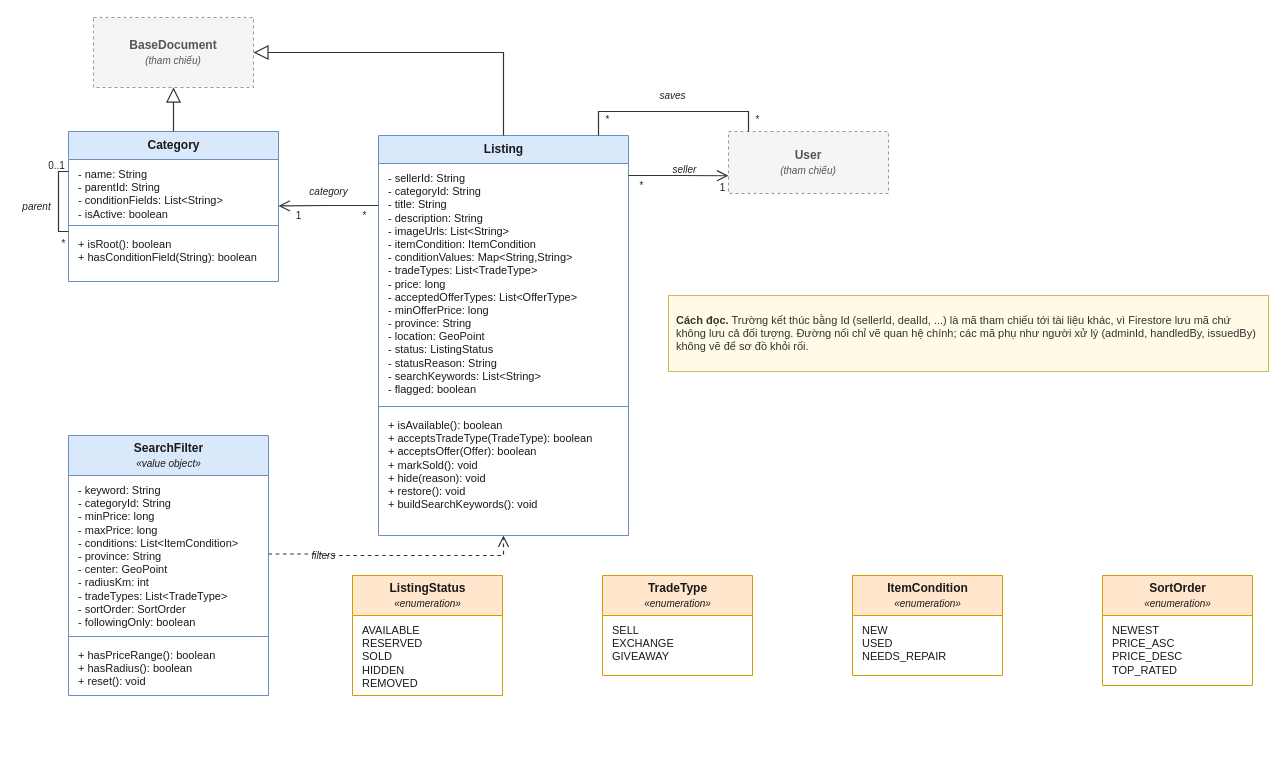
The draw.io diagram page "2. Tin đăng, tìm kiếm" (3 of 8) of workflow/docs/diagrams/so-do-lop/class-diagram.drawio in tahpnart8/NHOM3-MobileApp, before the edit. Source tidied: cells renumbered, new cells numbered last; positions are measured from the earlier drawing's top-left corner, leaving out a move shared by most shapes. Both pictures are drawn from the tidied source at 100%, with x=0, y=0 at pixel (17, 17).
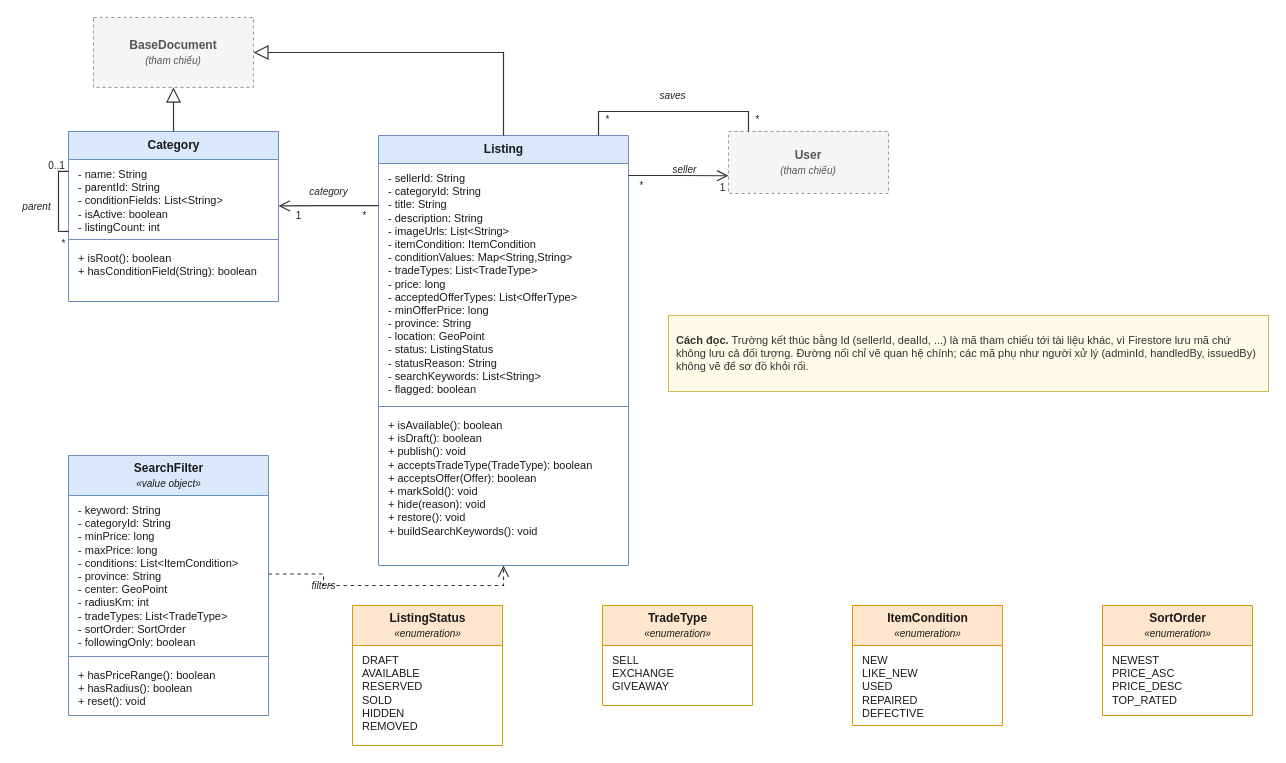
After the change.

Unchanged cells that the change refers to:
```xml
<mxCell id="11" value="&lt;b&gt;User&lt;/b&gt;&lt;br&gt;&lt;i style=&quot;font-size:10px&quot;&gt;(tham chiếu)&lt;/i&gt;" style="rounded=0;whiteSpace=wrap;html=1;fillColor=#F5F5F5;strokeColor=#999999;dashed=1;fontColor=#555555;fontSize=12;fontFamily=Helvetica;" parent="1" vertex="1">
  <mxGeometry x="711" y="114" width="160" height="62" as="geometry" />
</mxCell>
```

Diff of the diagram source:
```diff
@@
     <mxCell id="3" value="&lt;b&gt;Category&lt;/b&gt;" style="swimlane;fontStyle=0;horizontal=1;startSize=28;fillColor=#DAE8FC;strokeColor=#6C8EBF;swimlaneFillColor=#FFFFFF;html=1;whiteSpace=nowrap;fontSize=12;fontFamily=Helvetica;fontColor=#1A1A1A;" parent="1" vertex="1">
-      <mxGeometry x="51" y="114" width="210" height="150" as="geometry" />
+      <mxGeometry x="51" y="114" width="210" height="170" as="geometry" />
     </mxCell>
-    <mxCell id="4" value="- name: String&lt;br&gt;- parentId: String&lt;br&gt;- conditionFields: List&amp;lt;String&amp;gt;&lt;br&gt;- isActive: boolean" style="text;strokeColor=none;fillColor=none;align=left;verticalAlign=top;spacingLeft=8;spacingRight=4;spacingTop=2;overflow=hidden;html=1;whiteSpace=nowrap;fontSize=11;fontFamily=Helvetica;fontColor=#1A1A1A;" parent="3" vertex="1">
-      <mxGeometry y="28" width="210" height="62" as="geometry" />
-    </mxCell>
-    <mxCell id="5" style="line;strokeWidth=1;fillColor=none;align=left;verticalAlign=middle;html=1;strokeColor=#6C8EBF;" parent="3" vertex="1">
-      <mxGeometry y="90" width="210" height="8" as="geometry" />
-    </mxCell>
-    <mxCell id="6" value="+ isRoot(): boolean&lt;br&gt;+ hasConditionField(String): boolean" style="text;strokeColor=none;fillColor=none;align=left;verticalAlign=top;spacingLeft=8;spacingRight=4;spacingTop=2;overflow=hidden;html=1;whiteSpace=nowrap;fontSize=11;fontFamily=Helvetica;fontColor=#1A1A1A;" parent="3" vertex="1">
-      <mxGeometry y="98" width="210" height="35" as="geometry" />
-    </mxCell>
     <mxCell id="7" value="&lt;b&gt;Listing&lt;/b&gt;" style="swimlane;fontStyle=0;horizontal=1;startSize=28;fillColor=#DAE8FC;strokeColor=#6C8EBF;swimlaneFillColor=#FFFFFF;html=1;whiteSpace=nowrap;fontSize=12;fontFamily=Helvetica;fontColor=#1A1A1A;" parent="1" vertex="1">
-      <mxGeometry x="361" y="118" width="250" height="400" as="geometry" />
+      <mxGeometry x="361" y="118" width="250" height="430" as="geometry" />
     </mxCell>
-    <mxCell id="8" value="- sellerId: String&lt;br&gt;- categoryId: String&lt;br&gt;- title: String&lt;br&gt;- description: String&lt;br&gt;- imageUrls: List&amp;lt;String&amp;gt;&lt;br&gt;- itemCondition: ItemCondition&lt;br&gt;- conditionValues: Map&amp;lt;String,String&amp;gt;&lt;br&gt;- tradeTypes: List&amp;lt;TradeType&amp;gt;&lt;br&gt;- price: long&lt;br&gt;- acceptedOfferTypes: List&amp;lt;OfferType&amp;gt;&lt;br&gt;- minOfferPrice: long&lt;br&gt;- province: String&lt;br&gt;- location: GeoPoint&lt;br&gt;- status: ListingStatus&lt;br&gt;- statusReason: String&lt;br&gt;- searchKeywords: List&amp;lt;String&amp;gt;&lt;br&gt;- flagged: boolean" style="text;strokeColor=none;fillColor=none;align=left;verticalAlign=top;spacingLeft=8;spacingRight=4;spacingTop=2;overflow=hidden;html=1;whiteSpace=nowrap;fontSize=11;fontFamily=Helvetica;fontColor=#1A1A1A;" parent="7" vertex="1">
-      <mxGeometry y="28" width="250" height="239" as="geometry" />
-    </mxCell>
-    <mxCell id="9" style="line;strokeWidth=1;fillColor=none;align=left;verticalAlign=middle;html=1;strokeColor=#6C8EBF;" parent="7" vertex="1">
-      <mxGeometry y="267" width="250" height="8" as="geometry" />
-    </mxCell>
-    <mxCell id="10" value="+ isAvailable(): boolean&lt;br&gt;+ acceptsTradeType(TradeType): boolean&lt;br&gt;+ acceptsOffer(Offer): boolean&lt;br&gt;+ markSold(): void&lt;br&gt;+ hide(reason): void&lt;br&gt;+ restore(): void&lt;br&gt;+ buildSearchKeywords(): void" style="text;strokeColor=none;fillColor=none;align=left;verticalAlign=top;spacingLeft=8;spacingRight=4;spacingTop=2;overflow=hidden;html=1;whiteSpace=nowrap;fontSize=11;fontFamily=Helvetica;fontColor=#1A1A1A;" parent="7" vertex="1">
-      <mxGeometry y="275" width="250" height="103" as="geometry" />
-    </mxCell>
@@
     <mxCell id="12" value="&lt;b&gt;SearchFilter&lt;/b&gt;&lt;br&gt;&lt;i style=&quot;font-size:10px&quot;&gt;«value object»&lt;/i&gt;" style="swimlane;fontStyle=0;horizontal=1;startSize=40;fillColor=#DAE8FC;strokeColor=#6C8EBF;swimlaneFillColor=#FFFFFF;html=1;whiteSpace=nowrap;fontSize=12;fontFamily=Helvetica;fontColor=#1A1A1A;" parent="1" vertex="1">
-      <mxGeometry x="51" y="418" width="200" height="260" as="geometry" />
+      <mxGeometry x="51" y="438" width="200" height="260" as="geometry" />
     </mxCell>
@@
     <mxCell id="16" value="&lt;b&gt;ListingStatus&lt;/b&gt;&lt;br&gt;&lt;i style=&quot;font-size:10px&quot;&gt;«enumeration»&lt;/i&gt;" style="swimlane;fontStyle=0;horizontal=1;startSize=40;fillColor=#FFE6CC;strokeColor=#D79B00;swimlaneFillColor=#FFFFFF;html=1;whiteSpace=nowrap;fontSize=12;fontFamily=Helvetica;fontColor=#1A1A1A;" parent="1" vertex="1">
-      <mxGeometry x="335" y="558" width="150" height="120" as="geometry" />
+      <mxGeometry x="335" y="588" width="150" height="140" as="geometry" />
     </mxCell>
-    <mxCell id="17" value="AVAILABLE&lt;br&gt;RESERVED&lt;br&gt;SOLD&lt;br&gt;HIDDEN&lt;br&gt;REMOVED" style="text;strokeColor=none;fillColor=none;align=left;verticalAlign=top;spacingLeft=8;spacingRight=4;spacingTop=2;overflow=hidden;html=1;whiteSpace=nowrap;fontSize=11;fontFamily=Helvetica;fontColor=#1A1A1A;" parent="16" vertex="1">
-      <mxGeometry y="40" width="150" height="76" as="geometry" />
-    </mxCell>
     <mxCell id="18" value="&lt;b&gt;TradeType&lt;/b&gt;&lt;br&gt;&lt;i style=&quot;font-size:10px&quot;&gt;«enumeration»&lt;/i&gt;" style="swimlane;fontStyle=0;horizontal=1;startSize=40;fillColor=#FFE6CC;strokeColor=#D79B00;swimlaneFillColor=#FFFFFF;html=1;whiteSpace=nowrap;fontSize=12;fontFamily=Helvetica;fontColor=#1A1A1A;" parent="1" vertex="1">
-      <mxGeometry x="585" y="558" width="150" height="100" as="geometry" />
+      <mxGeometry x="585" y="588" width="150" height="100" as="geometry" />
     </mxCell>
@@
     <mxCell id="20" value="&lt;b&gt;ItemCondition&lt;/b&gt;&lt;br&gt;&lt;i style=&quot;font-size:10px&quot;&gt;«enumeration»&lt;/i&gt;" style="swimlane;fontStyle=0;horizontal=1;startSize=40;fillColor=#FFE6CC;strokeColor=#D79B00;swimlaneFillColor=#FFFFFF;html=1;whiteSpace=nowrap;fontSize=12;fontFamily=Helvetica;fontColor=#1A1A1A;" parent="1" vertex="1">
-      <mxGeometry x="835" y="558" width="150" height="100" as="geometry" />
+      <mxGeometry x="835" y="588" width="150" height="120" as="geometry" />
     </mxCell>
-    <mxCell id="21" value="NEW&lt;br&gt;USED&lt;br&gt;NEEDS_REPAIR" style="text;strokeColor=none;fillColor=none;align=left;verticalAlign=top;spacingLeft=8;spacingRight=4;spacingTop=2;overflow=hidden;html=1;whiteSpace=nowrap;fontSize=11;fontFamily=Helvetica;fontColor=#1A1A1A;" parent="20" vertex="1">
-      <mxGeometry y="40" width="150" height="48" as="geometry" />
-    </mxCell>
     <mxCell id="22" value="&lt;b&gt;SortOrder&lt;/b&gt;&lt;br&gt;&lt;i style=&quot;font-size:10px&quot;&gt;«enumeration»&lt;/i&gt;" style="swimlane;fontStyle=0;horizontal=1;startSize=40;fillColor=#FFE6CC;strokeColor=#D79B00;swimlaneFillColor=#FFFFFF;html=1;whiteSpace=nowrap;fontSize=12;fontFamily=Helvetica;fontColor=#1A1A1A;" parent="1" vertex="1">
-      <mxGeometry x="1085" y="558" width="150" height="110" as="geometry" />
+      <mxGeometry x="1085" y="588" width="150" height="110" as="geometry" />
     </mxCell>
@@
     <mxCell id="24" value="&lt;b&gt;Cách đọc.&lt;/b&gt; Trường kết thúc bằng Id (sellerId, dealId, ...) là mã tham chiếu tới tài liệu khác, vì Firestore lưu mã chứ không lưu cả đối tượng. Đường nối chỉ vẽ quan hệ chính; các mã phụ như người xử lý (adminId, handledBy, issuedBy) không vẽ để sơ đồ khỏi rối." style="text;html=1;whiteSpace=wrap;align=left;verticalAlign=middle;fontSize=11;fontFamily=Helvetica;fontColor=#333333;fillColor=#FFFBE6;strokeColor=#D6B656;spacing=8;" parent="1" vertex="1">
-      <mxGeometry x="651" y="278" width="600" height="76" as="geometry" />
+      <mxGeometry x="651" y="298" width="600" height="76" as="geometry" />
     </mxCell>
@@
-    <mxCell id="27" style="html=1;rounded=0;edgeStyle=orthogonalEdgeStyle;jettySize=auto;orthogonalLoop=1;exitX=0.0;exitY=0.2667;exitDx=0;exitDy=0;entryX=0.0;entryY=0.6667;entryDx=0;entryDy=0;strokeColor=#333333;strokeWidth=1.2;endArrow=none;startArrow=none;innerLoopWaypoints=1;" parent="1" edge="1" source="3" target="3">
+    <mxCell id="27" style="html=1;rounded=0;edgeStyle=orthogonalEdgeStyle;jettySize=auto;orthogonalLoop=1;exitX=0.0;exitY=0.235;exitDx=0;exitDy=0;entryX=0.0;entryY=0.588;entryDx=0;entryDy=0;strokeColor=#333333;strokeWidth=1.2;endArrow=none;startArrow=none;innerLoopWaypoints=1;" parent="1" edge="1" source="3" target="3">
       <mxGeometry relative="1" as="geometry">
         <Array as="points">
           <mxPoint x="41" y="154" />
           <mxPoint x="41" y="214" />
         </Array>
       </mxGeometry>
     </mxCell>
-    <mxCell id="28" style="html=1;rounded=0;edgeStyle=orthogonalEdgeStyle;jettySize=auto;exitX=0.0;exitY=0.175;exitDx=0;exitDy=0;entryX=1;entryY=0.75;entryDx=0;entryDy=0;strokeColor=#333333;strokeWidth=1.2;endArrow=open;endFill=0;endSize=9;startArrow=none;" parent="1" edge="1" source="7" target="4">
+    <mxCell id="28" style="html=1;rounded=0;edgeStyle=orthogonalEdgeStyle;jettySize=auto;exitX=0.0;exitY=0.163;exitDx=0;exitDy=0;entryDx=0;entryDy=0;strokeColor=#333333;strokeWidth=1.2;endArrow=open;endFill=0;endSize=9;startArrow=none;entryX=1.000;entryY=0.438;" parent="1" edge="1" source="7" target="3">
       <mxGeometry relative="1" as="geometry" />
     </mxCell>
-    <mxCell id="29" style="html=1;rounded=0;edgeStyle=orthogonalEdgeStyle;jettySize=auto;exitX=1.0;exitY=0.1;exitDx=0;exitDy=0;entryX=0.0;entryY=0.7143;entryDx=0;entryDy=0;strokeColor=#333333;strokeWidth=1.2;endArrow=open;endFill=0;endSize=9;startArrow=none;" parent="1" edge="1" source="7" target="11">
+    <mxCell id="29" style="html=1;rounded=0;edgeStyle=orthogonalEdgeStyle;jettySize=auto;exitX=1.0;exitY=0.093;exitDx=0;exitDy=0;entryX=0.0;entryY=0.7143;entryDx=0;entryDy=0;strokeColor=#333333;strokeWidth=1.2;endArrow=open;endFill=0;endSize=9;startArrow=none;" parent="1" edge="1" source="7" target="11">
       <mxGeometry relative="1" as="geometry" />
     </mxCell>
@@
     <mxCell id="44" value="filters" style="text;html=1;strokeColor=none;fillColor=none;align=center;verticalAlign=middle;whiteSpace=nowrap;fontSize=10;fontFamily=Helvetica;fontColor=#222222;fontStyle=2;" parent="1" vertex="1">
-      <mxGeometry x="290" y="530" width="31" height="16" as="geometry" />
+      <mxGeometry x="290" y="560" width="31" height="16" as="geometry" />
     </mxCell>
+    <mxCell id="45" value="- name: String&lt;br&gt;- parentId: String&lt;br&gt;- conditionFields: List&amp;lt;String&amp;gt;&lt;br&gt;- isActive: boolean&lt;br&gt;- listingCount: int" style="text;strokeColor=none;fillColor=none;align=left;verticalAlign=top;spacingLeft=8;spacingRight=4;spacingTop=2;overflow=hidden;html=1;whiteSpace=nowrap;fontSize=11;fontFamily=Helvetica;fontColor=#1A1A1A;" parent="3" vertex="1">
+      <mxGeometry y="28" width="210" height="76" as="geometry" />
+    </mxCell>
+    <mxCell id="46" style="line;strokeWidth=1;fillColor=none;align=left;verticalAlign=middle;html=1;strokeColor=#6C8EBF;" parent="3" vertex="1">
+      <mxGeometry y="104" width="210" height="8" as="geometry" />
+    </mxCell>
+    <mxCell id="6" value="+ isRoot(): boolean&lt;br&gt;+ hasConditionField(String): boolean" style="text;strokeColor=none;fillColor=none;align=left;verticalAlign=top;spacingLeft=8;spacingRight=4;spacingTop=2;overflow=hidden;html=1;whiteSpace=nowrap;fontSize=11;fontFamily=Helvetica;fontColor=#1A1A1A;" parent="3" vertex="1">
+      <mxGeometry y="112" width="210" height="35" as="geometry" />
+    </mxCell>
+    <mxCell id="8" value="- sellerId: String&lt;br&gt;- categoryId: String&lt;br&gt;- title: String&lt;br&gt;- description: String&lt;br&gt;- imageUrls: List&amp;lt;String&amp;gt;&lt;br&gt;- itemCondition: ItemCondition&lt;br&gt;- conditionValues: Map&amp;lt;String,String&amp;gt;&lt;br&gt;- tradeTypes: List&amp;lt;TradeType&amp;gt;&lt;br&gt;- price: long&lt;br&gt;- acceptedOfferTypes: List&amp;lt;OfferType&amp;gt;&lt;br&gt;- minOfferPrice: long&lt;br&gt;- province: String&lt;br&gt;- location: GeoPoint&lt;br&gt;- status: ListingStatus&lt;br&gt;- statusReason: String&lt;br&gt;- searchKeywords: List&amp;lt;String&amp;gt;&lt;br&gt;- flagged: boolean" style="text;strokeColor=none;fillColor=none;align=left;verticalAlign=top;spacingLeft=8;spacingRight=4;spacingTop=2;overflow=hidden;html=1;whiteSpace=nowrap;fontSize=11;fontFamily=Helvetica;fontColor=#1A1A1A;" parent="7" vertex="1">
+      <mxGeometry y="28" width="250" height="239" as="geometry" />
+    </mxCell>
+    <mxCell id="9" style="line;strokeWidth=1;fillColor=none;align=left;verticalAlign=middle;html=1;strokeColor=#6C8EBF;" parent="7" vertex="1">
+      <mxGeometry y="267" width="250" height="8" as="geometry" />
+    </mxCell>
+    <mxCell id="47" value="+ isAvailable(): boolean&lt;br&gt;+ isDraft(): boolean&lt;br&gt;+ publish(): void&lt;br&gt;+ acceptsTradeType(TradeType): boolean&lt;br&gt;+ acceptsOffer(Offer): boolean&lt;br&gt;+ markSold(): void&lt;br&gt;+ hide(reason): void&lt;br&gt;+ restore(): void&lt;br&gt;+ buildSearchKeywords(): void" style="text;strokeColor=none;fillColor=none;align=left;verticalAlign=top;spacingLeft=8;spacingRight=4;spacingTop=2;overflow=hidden;html=1;whiteSpace=nowrap;fontSize=11;fontFamily=Helvetica;fontColor=#1A1A1A;" parent="7" vertex="1">
+      <mxGeometry y="275" width="250" height="130" as="geometry" />
+    </mxCell>
+    <mxCell id="48" value="NEW&lt;br&gt;LIKE_NEW&lt;br&gt;USED&lt;br&gt;REPAIRED&lt;br&gt;DEFECTIVE" style="text;strokeColor=none;fillColor=none;align=left;verticalAlign=top;spacingLeft=8;spacingRight=4;spacingTop=2;overflow=hidden;html=1;whiteSpace=nowrap;fontSize=11;fontFamily=Helvetica;fontColor=#1A1A1A;" parent="20" vertex="1">
+      <mxGeometry y="40" width="150" height="76" as="geometry" />
+    </mxCell>
+    <mxCell id="49" value="DRAFT&lt;br&gt;AVAILABLE&lt;br&gt;RESERVED&lt;br&gt;SOLD&lt;br&gt;HIDDEN&lt;br&gt;REMOVED" style="text;strokeColor=none;fillColor=none;align=left;verticalAlign=top;spacingLeft=8;spacingRight=4;spacingTop=2;overflow=hidden;html=1;whiteSpace=nowrap;fontSize=11;fontFamily=Helvetica;fontColor=#1A1A1A;" parent="16" vertex="1">
+      <mxGeometry y="40" width="150" height="89" as="geometry" />
+    </mxCell>
```
